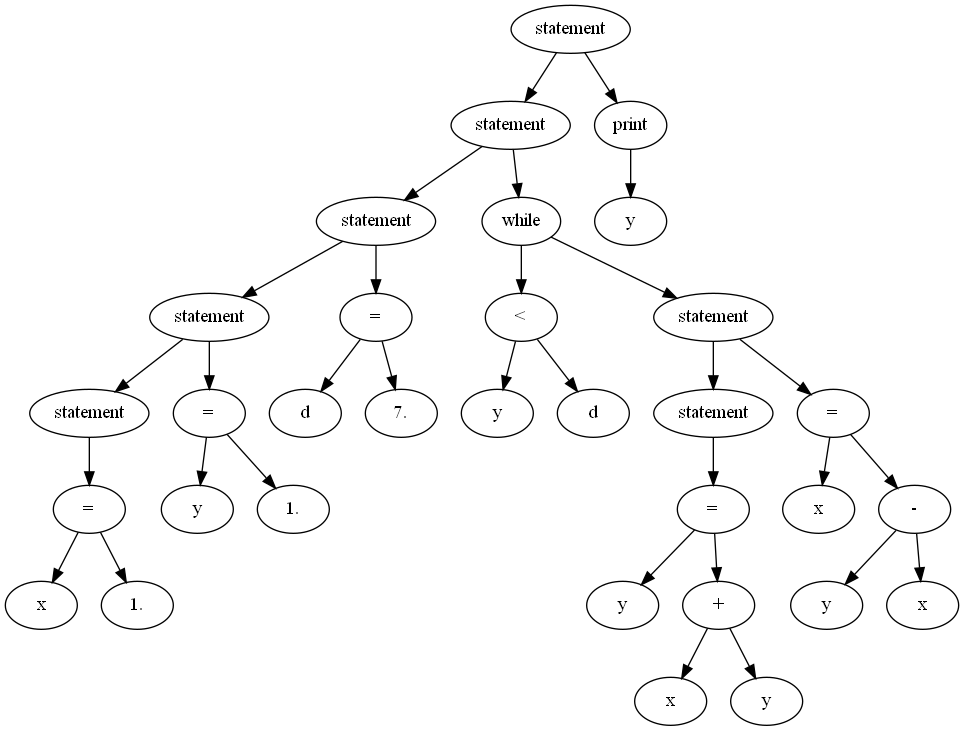
matmuher/flip-flop keeps this Graphviz diagram as russkie_alga!/parse.png. Above is the earlier version. Its source is kept beside it as russkie_alga!/parse.dot.
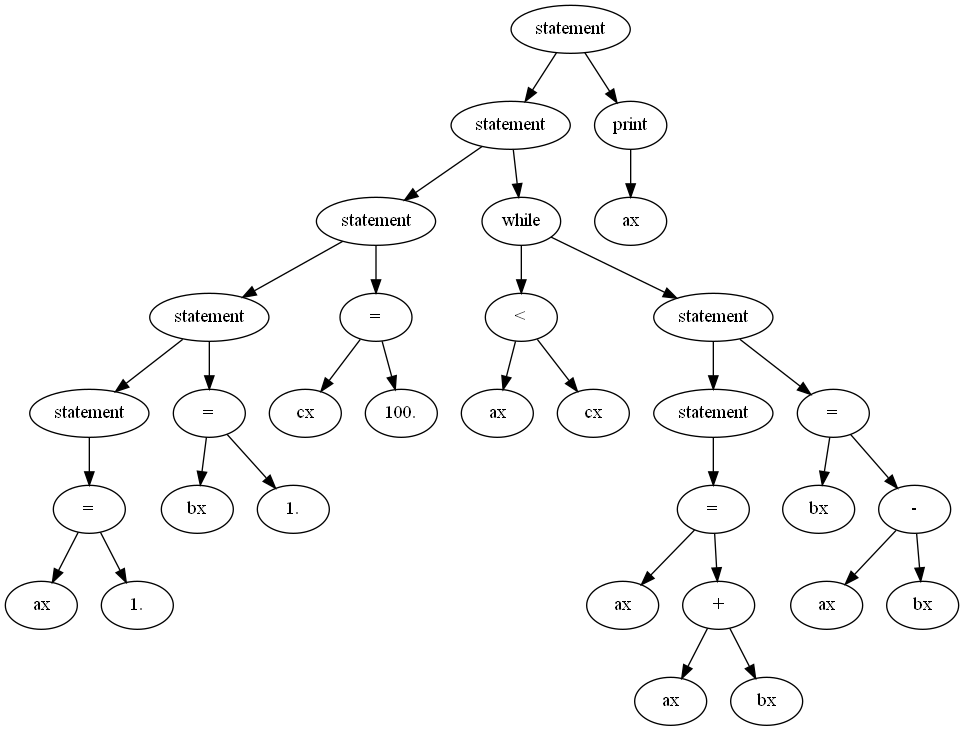
Later version of the same file.

Change to the diagram source:
```diff
@@ -1,65 +1,65 @@
 digraph G {
-A00726C88 [label = "statement"];
-A00726C88 -> A00726BA0;
-A00726C88 -> A00727138;
-A00726BA0 [label = "statement"];
-A00726BA0 -> A00720540;
-A00726BA0 -> A00726C40;
-A00720540 [label = "statement"];
-A00720540 -> A007204C8;
-A00720540 -> A007205A0;
-A007204C8 [label = "statement"];
-A007204C8 -> A00722500;
-A007204C8 -> A00720528;
-A00722500 [label = "statement"];
-A00722500 -> A007204B0;
-A007204B0 [label = "="];
-A007204B0 -> A00722530;
-A007204B0 -> A00722558;
-A00722530 [label = "x"];
-A00722558 [label = "1."];
-A00720528 [label = "="];
-A00720528 -> A007204F8;
-A00720528 -> A00720510;
-A007204F8 [label = "y"];
-A00720510 [label = "1."];
-A007205A0 [label = "="];
-A007205A0 -> A00720570;
-A007205A0 -> A00720588;
-A00720570 [label = "d"];
-A00720588 [label = "7."];
-A00726C40 [label = "while"];
-A00726C40 -> A00726D48;
-A00726C40 -> A00726C10;
-A00726D48 [label = "<"];
-A00726D48 -> A00726CD0;
-A00726D48 -> A00726C28;
-A00726CD0 [label = "y"];
-A00726C28 [label = "d"];
-A00726C10 [label = "statement"];
-A00726C10 -> A00726CA0;
-A00726C10 -> A00726BF8;
-A00726CA0 [label = "statement"];
-A00726CA0 -> A00726D78;
-A00726D78 [label = "="];
-A00726D78 -> A00726D90;
-A00726D78 -> A00726D60;
-A00726D90 [label = "y"];
-A00726D60 [label = "+"];
-A00726D60 -> A00726D30;
-A00726D60 -> A00726D18;
-A00726D30 [label = "x"];
-A00726D18 [label = "y"];
-A00726BF8 [label = "="];
-A00726BF8 -> A00726CE8;
-A00726BF8 -> A00726C70;
-A00726CE8 [label = "x"];
-A00726C70 [label = "-"];
-A00726C70 -> A00726DA8;
-A00726C70 -> A00726BE0;
-A00726DA8 [label = "y"];
-A00726BE0 [label = "x"];
-A00727138 [label = "print"];
-A00727138 -> A00727168;
-A00727168 [label = "y"];
+A00735DD0 [label = "statement"];
+A00735DD0 -> A00732598;
+A00735DD0 -> A00735F08;
+A00732598 [label = "statement"];
+A00732598 -> A00730568;
+A00732598 -> A00735DB8;
+A00730568 [label = "statement"];
+A00730568 -> A007304F0;
+A00730568 -> A00732580;
+A007304F0 [label = "statement"];
+A007304F0 -> A00732510;
+A007304F0 -> A00730550;
+A00732510 [label = "statement"];
+A00732510 -> A007304D8;
+A007304D8 [label = "="];
+A007304D8 -> A00732540;
+A007304D8 -> A007304B0;
+A00732540 [label = "ax"];
+A007304B0 [label = "1."];
+A00730550 [label = "="];
+A00730550 -> A00730520;
+A00730550 -> A00730538;
+A00730520 [label = "bx"];
+A00730538 [label = "1."];
+A00732580 [label = "="];
+A00732580 -> A00730598;
+A00732580 -> A00732568;
+A00730598 [label = "cx"];
+A00732568 [label = "100."];
+A00735DB8 [label = "while"];
+A00735DB8 -> A00735E78;
+A00735DB8 -> A00735D58;
+A00735E78 [label = "<"];
+A00735E78 -> A00735E30;
+A00735E78 -> A00735CE0;
+A00735E30 [label = "ax"];
+A00735CE0 [label = "cx"];
+A00735D58 [label = "statement"];
+A00735D58 -> A00735E00;
+A00735D58 -> A00735D88;
+A00735E00 [label = "statement"];
+A00735E00 -> A00735DA0;
+A00735DA0 [label = "="];
+A00735DA0 -> A00735CF8;
+A00735DA0 -> A00735E18;
+A00735CF8 [label = "ax"];
+A00735E18 [label = "+"];
+A00735E18 -> A00735E48;
+A00735E18 -> A00735D10;
+A00735E48 [label = "ax"];
+A00735D10 [label = "bx"];
+A00735D88 [label = "="];
+A00735D88 -> A00735D28;
+A00735D88 -> A00735D70;
+A00735D28 [label = "bx"];
+A00735D70 [label = "-"];
+A00735D70 -> A00735CB0;
+A00735D70 -> A00735D40;
+A00735CB0 [label = "ax"];
+A00735D40 [label = "bx"];
+A00735F08 [label = "print"];
+A00735F08 -> A00736148;
+A00736148 [label = "ax"];
 }
```
